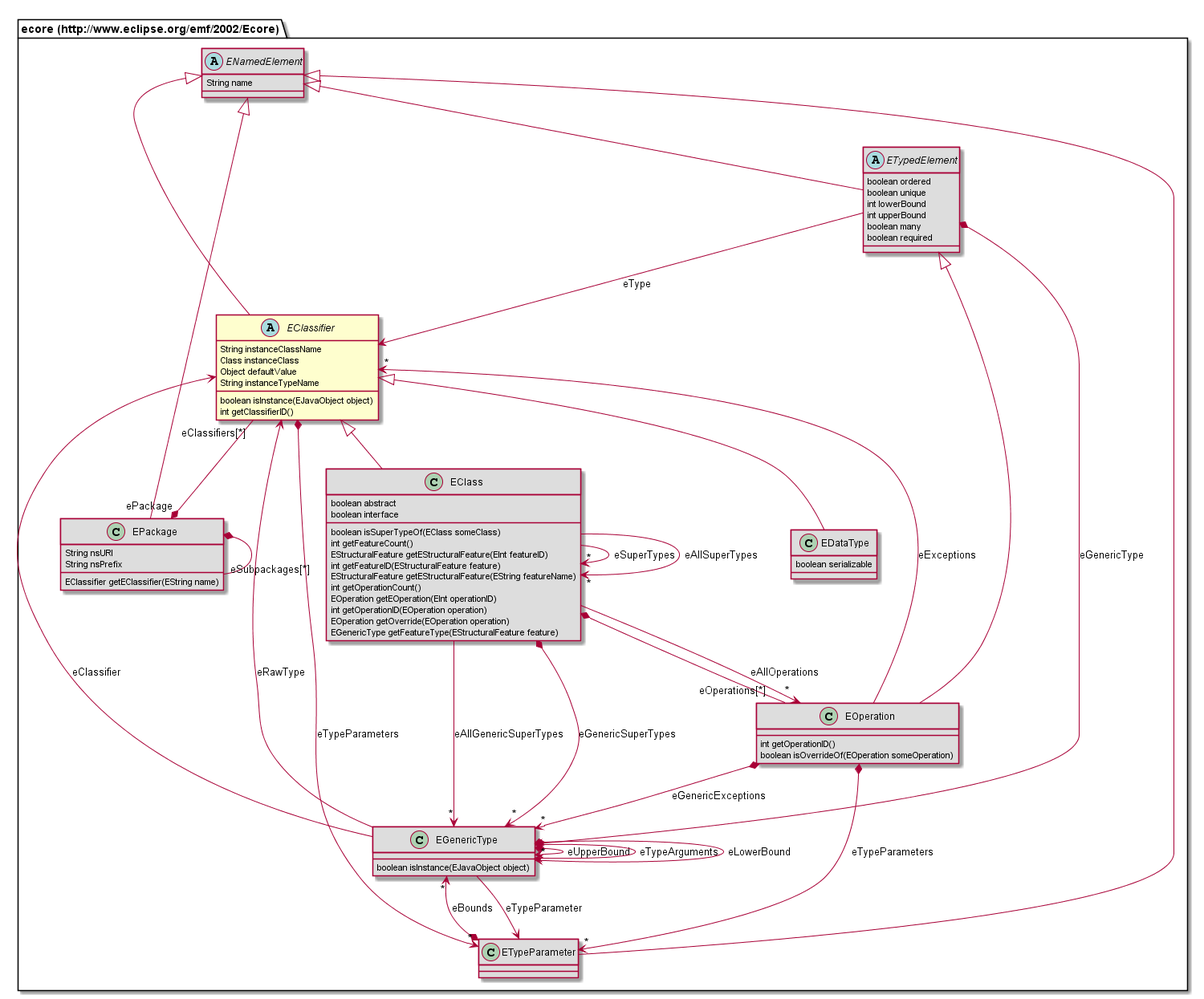
Above: org.nasdanika.html.repository/src/site/resources/app-model-doc/687474703a2f2f7777772e65636c697073652e6f72672f656d662f323030322f45636f7265/EClassifier.png in Nasdanika/html (PlantUML), before the change.
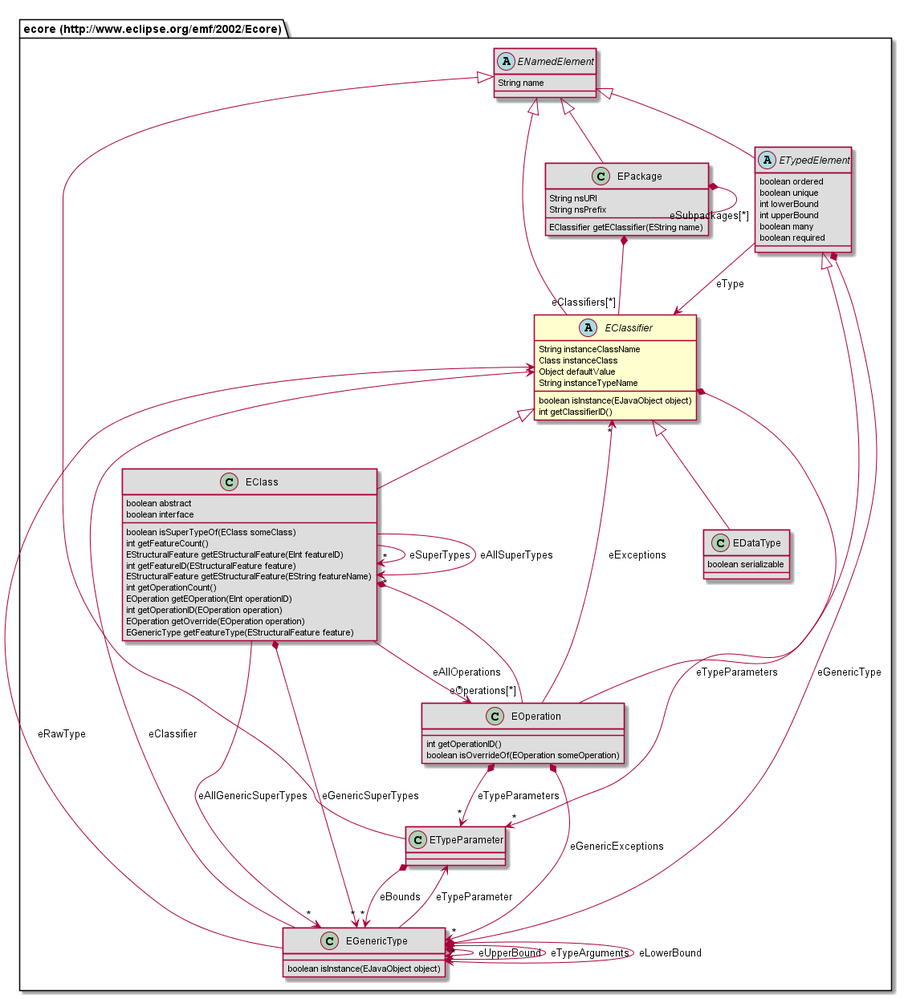
After the change.

Change to the diagram source:
```diff
@@ -6,6 +6,24 @@
 	String instanceTypeName
 	boolean isInstance(EJavaObject object)
 	int getClassifierID()
+}
+class "ecore (http://www.eclipse.org/emf/2002/Ecore).EPackage" [[#router/doc-content/687474703a2f2f7777772e65636c697073652e6f72672f656d662f323030322f45636f7265/EPackage.html]] #DDDDDD {
+	String nsURI
+	String nsPrefix
+	EClassifier getEClassifier(EString name)
+}
+abstract class "ecore (http://www.eclipse.org/emf/2002/Ecore).ETypedElement" [[#router/doc-content/687474703a2f2f7777772e65636c697073652e6f72672f656d662f323030322f45636f7265/ETypedElement.html]] #DDDDDD {
+	boolean ordered
+	boolean unique
+	int lowerBound
+	int upperBound
+	boolean many
+	boolean required
+}
+class "ecore (http://www.eclipse.org/emf/2002/Ecore).EDataType" [[#router/doc-content/687474703a2f2f7777772e65636c697073652e6f72672f656d662f323030322f45636f7265/EDataType.html]] #DDDDDD {
+	boolean serializable
+}
+class "ecore (http://www.eclipse.org/emf/2002/Ecore).ETypeParameter" [[#router/doc-content/687474703a2f2f7777772e65636c697073652e6f72672f656d662f323030322f45636f7265/ETypeParameter.html]] #DDDDDD {
 }
 class "ecore (http://www.eclipse.org/emf/2002/Ecore).EClass" [[#router/doc-content/687474703a2f2f7777772e65636c697073652e6f72672f656d662f323030322f45636f7265/EClass.html]] #DDDDDD {
 	boolean abstract
@@ -21,60 +39,42 @@
 	EOperation getOverride(EOperation operation)
 	EGenericType getFeatureType(EStructuralFeature feature)
 }
-class "ecore (http://www.eclipse.org/emf/2002/Ecore).EDataType" [[#router/doc-content/687474703a2f2f7777772e65636c697073652e6f72672f656d662f323030322f45636f7265/EDataType.html]] #DDDDDD {
-	boolean serializable
+class "ecore (http://www.eclipse.org/emf/2002/Ecore).EOperation" [[#router/doc-content/687474703a2f2f7777772e65636c697073652e6f72672f656d662f323030322f45636f7265/EOperation.html]] #DDDDDD {
+	int getOperationID()
+	boolean isOverrideOf(EOperation someOperation)
 }
-abstract class "ecore (http://www.eclipse.org/emf/2002/Ecore).ETypedElement" [[#router/doc-content/687474703a2f2f7777772e65636c697073652e6f72672f656d662f323030322f45636f7265/ETypedElement.html]] #DDDDDD {
-	boolean ordered
-	boolean unique
-	int lowerBound
-	int upperBound
-	boolean many
-	boolean required
-}
-class "ecore (http://www.eclipse.org/emf/2002/Ecore).ETypeParameter" [[#router/doc-content/687474703a2f2f7777772e65636c697073652e6f72672f656d662f323030322f45636f7265/ETypeParameter.html]] #DDDDDD {
-}
-class "ecore (http://www.eclipse.org/emf/2002/Ecore).EPackage" [[#router/doc-content/687474703a2f2f7777772e65636c697073652e6f72672f656d662f323030322f45636f7265/EPackage.html]] #DDDDDD {
-	String nsURI
-	String nsPrefix
-	EClassifier getEClassifier(EString name)
+class "ecore (http://www.eclipse.org/emf/2002/Ecore).EGenericType" [[#router/doc-content/687474703a2f2f7777772e65636c697073652e6f72672f656d662f323030322f45636f7265/EGenericType.html]] #DDDDDD {
+	boolean isInstance(EJavaObject object)
 }
 abstract class "ecore (http://www.eclipse.org/emf/2002/Ecore).ENamedElement" [[#router/doc-content/687474703a2f2f7777772e65636c697073652e6f72672f656d662f323030322f45636f7265/ENamedElement.html]] #DDDDDD {
 	String name
 }
-class "ecore (http://www.eclipse.org/emf/2002/Ecore).EGenericType" [[#router/doc-content/687474703a2f2f7777772e65636c697073652e6f72672f656d662f323030322f45636f7265/EGenericType.html]] #DDDDDD {
-	boolean isInstance(EJavaObject object)
-}
-class "ecore (http://www.eclipse.org/emf/2002/Ecore).EOperation" [[#router/doc-content/687474703a2f2f7777772e65636c697073652e6f72672f656d662f323030322f45636f7265/EOperation.html]] #DDDDDD {
-	int getOperationID()
-	boolean isOverrideOf(EOperation someOperation)
-}
+"ecore (http://www.eclipse.org/emf/2002/Ecore).ENamedElement" <|-- "ecore (http://www.eclipse.org/emf/2002/Ecore).EPackage"
+"ecore (http://www.eclipse.org/emf/2002/Ecore).ENamedElement" <|-- "ecore (http://www.eclipse.org/emf/2002/Ecore).ETypedElement"
+"ecore (http://www.eclipse.org/emf/2002/Ecore).EClassifier" <|-- "ecore (http://www.eclipse.org/emf/2002/Ecore).EDataType"
+"ecore (http://www.eclipse.org/emf/2002/Ecore).ENamedElement" <|-- "ecore (http://www.eclipse.org/emf/2002/Ecore).ETypeParameter"
 "ecore (http://www.eclipse.org/emf/2002/Ecore).EClassifier" <|-- "ecore (http://www.eclipse.org/emf/2002/Ecore).EClass"
-"ecore (http://www.eclipse.org/emf/2002/Ecore).EClassifier" <|-- "ecore (http://www.eclipse.org/emf/2002/Ecore).EDataType"
-"ecore (http://www.eclipse.org/emf/2002/Ecore).ENamedElement" <|-- "ecore (http://www.eclipse.org/emf/2002/Ecore).ETypedElement"
-"ecore (http://www.eclipse.org/emf/2002/Ecore).ENamedElement" <|-- "ecore (http://www.eclipse.org/emf/2002/Ecore).ETypeParameter"
+"ecore (http://www.eclipse.org/emf/2002/Ecore).ETypedElement" <|-- "ecore (http://www.eclipse.org/emf/2002/Ecore).EOperation"
 "ecore (http://www.eclipse.org/emf/2002/Ecore).ENamedElement" <|-- "ecore (http://www.eclipse.org/emf/2002/Ecore).EClassifier"
-"ecore (http://www.eclipse.org/emf/2002/Ecore).ENamedElement" <|-- "ecore (http://www.eclipse.org/emf/2002/Ecore).EPackage"
-"ecore (http://www.eclipse.org/emf/2002/Ecore).ETypedElement" <|-- "ecore (http://www.eclipse.org/emf/2002/Ecore).EOperation"
+"ecore (http://www.eclipse.org/emf/2002/Ecore).EPackage" *-- "eClassifiers[*]" "ecore (http://www.eclipse.org/emf/2002/Ecore).EClassifier"
+"ecore (http://www.eclipse.org/emf/2002/Ecore).EPackage" *-- "eSubpackages[*]" "ecore (http://www.eclipse.org/emf/2002/Ecore).EPackage"
+"ecore (http://www.eclipse.org/emf/2002/Ecore).ETypedElement" --> "ecore (http://www.eclipse.org/emf/2002/Ecore).EClassifier" : eType
+"ecore (http://www.eclipse.org/emf/2002/Ecore).ETypedElement" *--> "ecore (http://www.eclipse.org/emf/2002/Ecore).EGenericType" : eGenericType
+"ecore (http://www.eclipse.org/emf/2002/Ecore).ETypeParameter" *--> "*" "ecore (http://www.eclipse.org/emf/2002/Ecore).EGenericType" : eBounds
 "ecore (http://www.eclipse.org/emf/2002/Ecore).EClass" --> "*" "ecore (http://www.eclipse.org/emf/2002/Ecore).EClass" : eSuperTypes
 "ecore (http://www.eclipse.org/emf/2002/Ecore).EClass" *-- "eOperations[*]" "ecore (http://www.eclipse.org/emf/2002/Ecore).EOperation"
 "ecore (http://www.eclipse.org/emf/2002/Ecore).EClass" --> "*" "ecore (http://www.eclipse.org/emf/2002/Ecore).EOperation" : eAllOperations
 "ecore (http://www.eclipse.org/emf/2002/Ecore).EClass" --> "*" "ecore (http://www.eclipse.org/emf/2002/Ecore).EClass" : eAllSuperTypes
 "ecore (http://www.eclipse.org/emf/2002/Ecore).EClass" *--> "*" "ecore (http://www.eclipse.org/emf/2002/Ecore).EGenericType" : eGenericSuperTypes
 "ecore (http://www.eclipse.org/emf/2002/Ecore).EClass" --> "*" "ecore (http://www.eclipse.org/emf/2002/Ecore).EGenericType" : eAllGenericSuperTypes
-"ecore (http://www.eclipse.org/emf/2002/Ecore).ETypedElement" --> "ecore (http://www.eclipse.org/emf/2002/Ecore).EClassifier" : eType
-"ecore (http://www.eclipse.org/emf/2002/Ecore).ETypedElement" *--> "ecore (http://www.eclipse.org/emf/2002/Ecore).EGenericType" : eGenericType
-"ecore (http://www.eclipse.org/emf/2002/Ecore).ETypeParameter" *--> "*" "ecore (http://www.eclipse.org/emf/2002/Ecore).EGenericType" : eBounds
-"ecore (http://www.eclipse.org/emf/2002/Ecore).EClassifier" "eClassifiers[*]" --* "ePackage" "ecore (http://www.eclipse.org/emf/2002/Ecore).EPackage"
+"ecore (http://www.eclipse.org/emf/2002/Ecore).EOperation" *--> "*" "ecore (http://www.eclipse.org/emf/2002/Ecore).ETypeParameter" : eTypeParameters
+"ecore (http://www.eclipse.org/emf/2002/Ecore).EOperation" --> "*" "ecore (http://www.eclipse.org/emf/2002/Ecore).EClassifier" : eExceptions
+"ecore (http://www.eclipse.org/emf/2002/Ecore).EOperation" *--> "*" "ecore (http://www.eclipse.org/emf/2002/Ecore).EGenericType" : eGenericExceptions
 "ecore (http://www.eclipse.org/emf/2002/Ecore).EClassifier" *--> "*" "ecore (http://www.eclipse.org/emf/2002/Ecore).ETypeParameter" : eTypeParameters
-"ecore (http://www.eclipse.org/emf/2002/Ecore).EPackage" *-- "eSubpackages[*]" "ecore (http://www.eclipse.org/emf/2002/Ecore).EPackage"
 "ecore (http://www.eclipse.org/emf/2002/Ecore).EGenericType" *--> "ecore (http://www.eclipse.org/emf/2002/Ecore).EGenericType" : eUpperBound
 "ecore (http://www.eclipse.org/emf/2002/Ecore).EGenericType" *--> "*" "ecore (http://www.eclipse.org/emf/2002/Ecore).EGenericType" : eTypeArguments
 "ecore (http://www.eclipse.org/emf/2002/Ecore).EGenericType" --> "ecore (http://www.eclipse.org/emf/2002/Ecore).EClassifier" : eRawType
 "ecore (http://www.eclipse.org/emf/2002/Ecore).EGenericType" *--> "ecore (http://www.eclipse.org/emf/2002/Ecore).EGenericType" : eLowerBound
 "ecore (http://www.eclipse.org/emf/2002/Ecore).EGenericType" --> "ecore (http://www.eclipse.org/emf/2002/Ecore).ETypeParameter" : eTypeParameter
 "ecore (http://www.eclipse.org/emf/2002/Ecore).EGenericType" --> "ecore (http://www.eclipse.org/emf/2002/Ecore).EClassifier" : eClassifier
-"ecore (http://www.eclipse.org/emf/2002/Ecore).EOperation" *--> "*" "ecore (http://www.eclipse.org/emf/2002/Ecore).ETypeParameter" : eTypeParameters
-"ecore (http://www.eclipse.org/emf/2002/Ecore).EOperation" --> "*" "ecore (http://www.eclipse.org/emf/2002/Ecore).EClassifier" : eExceptions
-"ecore (http://www.eclipse.org/emf/2002/Ecore).EOperation" *--> "*" "ecore (http://www.eclipse.org/emf/2002/Ecore).EGenericType" : eGenericExceptions
 @enduml
```
